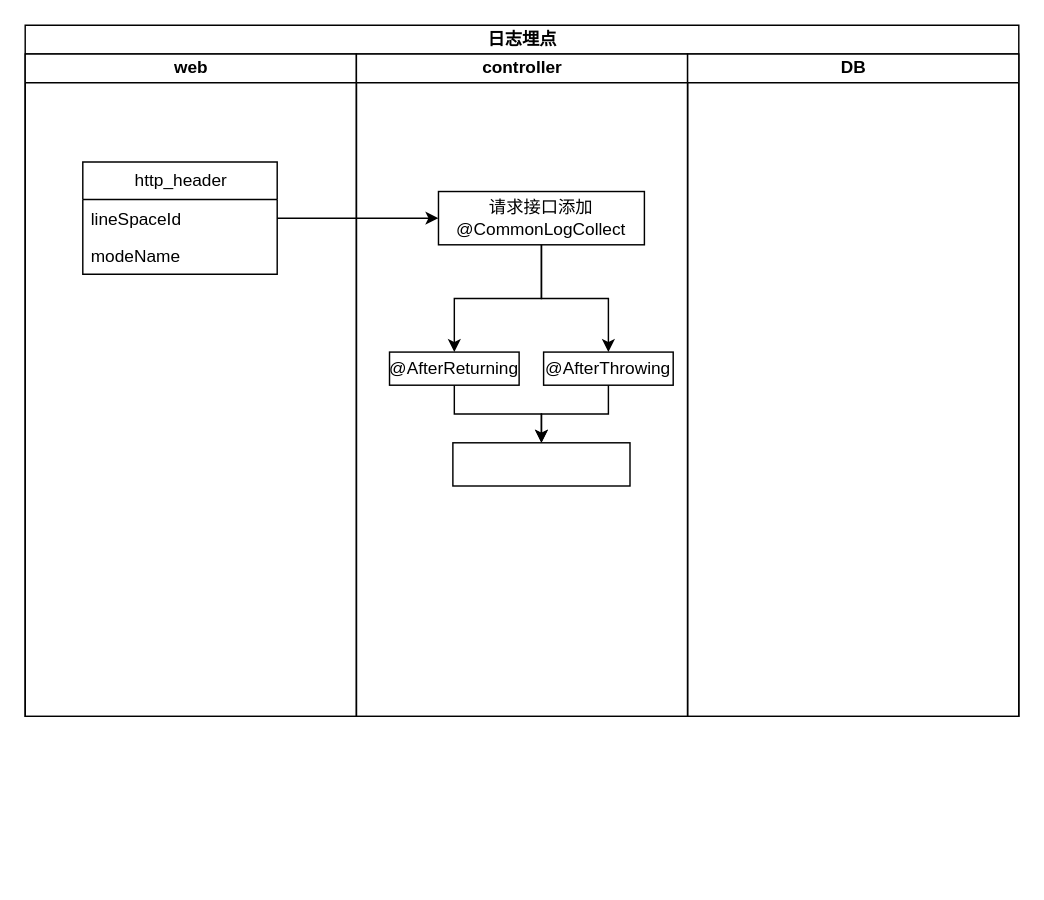
yanglei1992/documents keeps this draw.io diagram as yzs/IOT服务精简.drawio. Above is the earlier version. Source tidied: cells renumbered, new cells numbered last; positions are measured from the earlier drawing's top-left corner, leaving out a move shared by most shapes. Both pictures are drawn from the tidied source at 144%, with x=0, y=0 at pixel (24, 24).
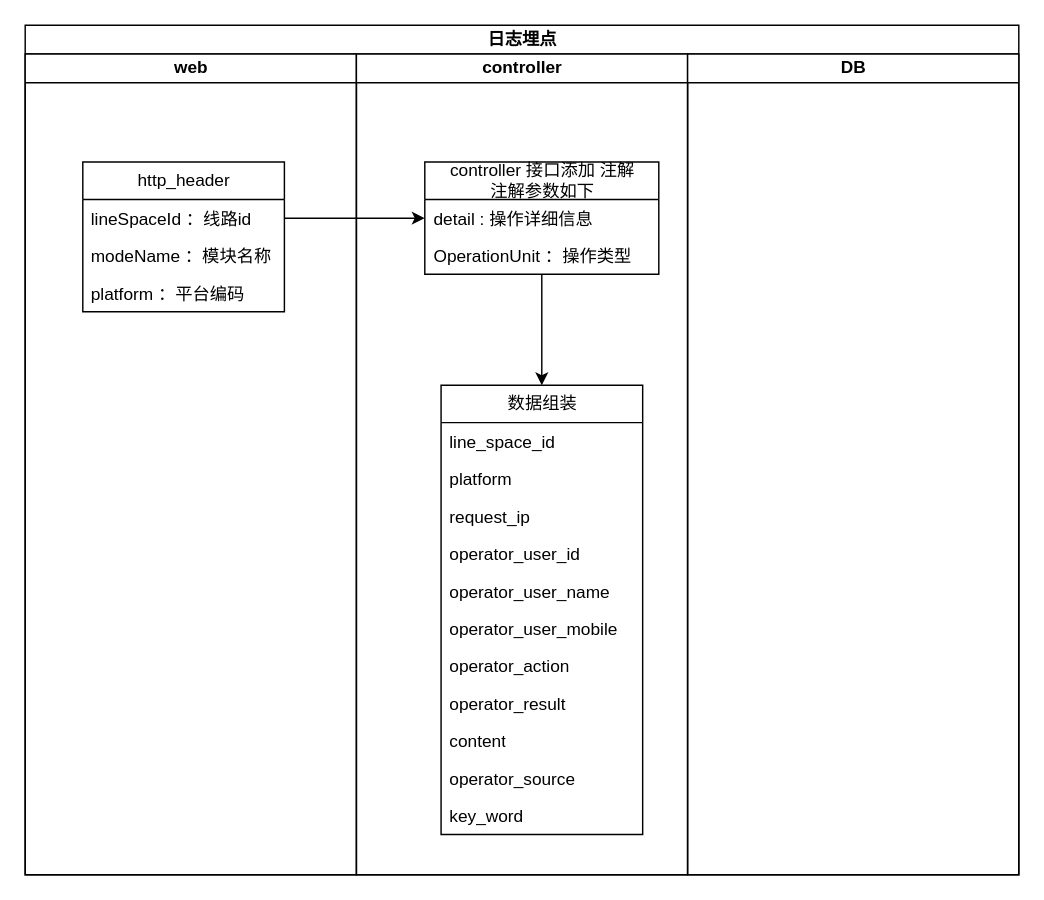
Above is the later version.

Commit message (it also covers changes not shown here):
更新IOT服务精简.drawio

Diff of the diagram source:
```diff
@@
     <mxCell id="2" value="日志埋点" style="swimlane;startSize=20;html=1;" parent="1" vertex="1">
-      <mxGeometry width="690" height="480" as="geometry" />
+      <mxGeometry width="690" height="590" as="geometry" />
     </mxCell>
     <mxCell id="3" value="web" style="swimlane;startSize=20;html=1;" parent="2" vertex="1">
-      <mxGeometry y="20" width="230" height="460" as="geometry" />
+      <mxGeometry y="20" width="230" height="570" as="geometry" />
     </mxCell>
     <mxCell id="4" value="http_header" style="swimlane;fontStyle=0;horizontal=1;startSize=26;fillColor=none;html=1;" parent="3" vertex="1">
-      <mxGeometry x="40" y="75" width="135" height="78" as="geometry" />
+      <mxGeometry x="40" y="75" width="140" height="104" as="geometry" />
     </mxCell>
-    <mxCell id="5" value="lineSpaceId" style="text;strokeColor=none;fillColor=none;align=left;verticalAlign=top;spacingLeft=4;spacingRight=4;overflow=hidden;points=[[0,0.5],[1,0.5]];portConstraint=eastwest;whiteSpace=wrap;html=1;" parent="4" vertex="1">
-      <mxGeometry y="26" width="135" height="26" as="geometry" />
+    <mxCell id="5" value="lineSpaceId ：线路id" style="text;strokeColor=none;fillColor=none;align=left;verticalAlign=top;spacingLeft=4;spacingRight=4;overflow=hidden;points=[[0,0.5],[1,0.5]];portConstraint=eastwest;whiteSpace=wrap;html=1;" parent="4" vertex="1">
+      <mxGeometry y="26" width="140" height="26" as="geometry" />
     </mxCell>
-    <mxCell id="6" value="modeName" style="text;strokeColor=none;fillColor=none;align=left;verticalAlign=top;spacingLeft=4;spacingRight=4;overflow=hidden;whiteSpace=wrap;html=1;" parent="4" vertex="1">
-      <mxGeometry y="52" width="135" height="26" as="geometry" />
+    <mxCell id="6" value="modeName ：模块名称" style="text;strokeColor=none;fillColor=none;align=left;verticalAlign=top;spacingLeft=4;spacingRight=4;overflow=hidden;whiteSpace=wrap;html=1;" parent="4" vertex="1">
+      <mxGeometry y="52" width="140" height="26" as="geometry" />
     </mxCell>
+    <mxCell id="18" value="platform ：平台编码" style="text;strokeColor=none;fillColor=none;align=left;verticalAlign=top;spacingLeft=4;spacingRight=4;overflow=hidden;whiteSpace=wrap;html=1;" parent="4" vertex="1">
+      <mxGeometry y="78" width="140" height="26" as="geometry" />
+    </mxCell>
     <mxCell id="7" value="controller" style="swimlane;startSize=20;html=1;" parent="2" vertex="1">
-      <mxGeometry x="230" y="20" width="230" height="460" as="geometry" />
+      <mxGeometry x="230" y="20" width="230" height="570" as="geometry" />
     </mxCell>
-    <mxCell id="8" style="edgeStyle=orthogonalEdgeStyle;rounded=0;jettySize=auto;html=1;exitX=0.5;exitY=1;exitDx=0;exitDy=0;entryX=0.5;entryY=0;entryDx=0;entryDy=0;" parent="7" edge="1" source="10" target="12">
-      <mxGeometry relative="1" as="geometry" />
-    </mxCell>
-    <mxCell id="9" style="edgeStyle=orthogonalEdgeStyle;rounded=0;jettySize=auto;html=1;exitX=0.5;exitY=1;exitDx=0;exitDy=0;" parent="7" edge="1" source="10" target="14">
-      <mxGeometry relative="1" as="geometry" />
-    </mxCell>
-    <mxCell id="10" value="请求接口添加&lt;br&gt;@CommonLogCollect" style="rounded=0;whiteSpace=wrap;html=1;" parent="7" vertex="1">
-      <mxGeometry x="57" y="95.5" width="143" height="37" as="geometry" />
-    </mxCell>
-    <mxCell id="11" style="edgeStyle=orthogonalEdgeStyle;rounded=0;jettySize=auto;html=1;exitX=0.5;exitY=1;exitDx=0;exitDy=0;entryX=0.5;entryY=0;entryDx=0;entryDy=0;" parent="7" edge="1" source="12" target="15">
-      <mxGeometry relative="1" as="geometry" />
-    </mxCell>
-    <mxCell id="12" value="@AfterReturning" style="rounded=0;whiteSpace=wrap;html=1;" parent="7" vertex="1">
-      <mxGeometry x="23" y="207" width="90" height="23" as="geometry" />
-    </mxCell>
-    <mxCell id="13" style="edgeStyle=orthogonalEdgeStyle;rounded=0;jettySize=auto;html=1;exitX=0.5;exitY=1;exitDx=0;exitDy=0;entryX=0.5;entryY=0;entryDx=0;entryDy=0;" parent="7" edge="1" source="14" target="15">
-      <mxGeometry relative="1" as="geometry" />
-    </mxCell>
-    <mxCell id="14" value="@AfterThrowing" style="rounded=0;whiteSpace=wrap;html=1;" parent="7" vertex="1">
-      <mxGeometry x="130" y="207" width="90" height="23" as="geometry" />
-    </mxCell>
-    <mxCell id="15" style="rounded=0;whiteSpace=wrap;html=1;" parent="7" vertex="1">
-      <mxGeometry x="67" y="270" width="123" height="30" as="geometry" />
-    </mxCell>
+    <mxCell id="19" style="edgeStyle=orthogonalEdgeStyle;rounded=0;jettySize=auto;html=1;exitX=0.5;exitY=1;exitDx=0;exitDy=0;" parent="7" edge="1" source="20" target="23">
+      <mxGeometry relative="1" as="geometry" />
+    </mxCell>
+    <mxCell id="20" value="controller 接口添加 注解&lt;br&gt;注解参数如下" style="swimlane;fontStyle=0;horizontal=1;startSize=26;fillColor=none;html=1;" parent="7" vertex="1">
+      <mxGeometry x="47.5" y="75" width="162.5" height="78" as="geometry" />
+    </mxCell>
+    <mxCell id="21" value="detail : 操作详细信息" style="text;strokeColor=none;fillColor=none;align=left;verticalAlign=top;spacingLeft=4;spacingRight=4;overflow=hidden;whiteSpace=wrap;html=1;" parent="20" vertex="1">
+      <mxGeometry y="26" width="162.5" height="26" as="geometry" />
+    </mxCell>
+    <mxCell id="22" value="OperationUnit ：操作类型" style="text;strokeColor=none;fillColor=none;align=left;verticalAlign=top;spacingLeft=4;spacingRight=4;overflow=hidden;whiteSpace=wrap;html=1;" parent="20" vertex="1">
+      <mxGeometry y="52" width="162.5" height="26" as="geometry" />
+    </mxCell>
+    <mxCell id="23" value="数据组装" style="swimlane;fontStyle=0;horizontal=1;startSize=26;fillColor=none;html=1;" parent="7" vertex="1">
+      <mxGeometry x="58.8" y="230" width="140" height="312" as="geometry" />
+    </mxCell>
+    <mxCell id="24" value="line_space_id" style="text;strokeColor=none;fillColor=none;align=left;verticalAlign=top;spacingLeft=4;spacingRight=4;overflow=hidden;whiteSpace=wrap;html=1;" parent="23" vertex="1">
+      <mxGeometry y="26" width="140" height="26" as="geometry" />
+    </mxCell>
+    <mxCell id="25" value="platform" style="text;strokeColor=none;fillColor=none;align=left;verticalAlign=top;spacingLeft=4;spacingRight=4;overflow=hidden;whiteSpace=wrap;html=1;" parent="23" vertex="1">
+      <mxGeometry y="52" width="140" height="26" as="geometry" />
+    </mxCell>
+    <mxCell id="26" value="request_ip" style="text;strokeColor=none;fillColor=none;align=left;verticalAlign=top;spacingLeft=4;spacingRight=4;overflow=hidden;whiteSpace=wrap;html=1;" parent="23" vertex="1">
+      <mxGeometry y="78" width="140" height="26" as="geometry" />
+    </mxCell>
+    <mxCell id="27" value="operator_user_id" style="text;strokeColor=none;fillColor=none;align=left;verticalAlign=top;spacingLeft=4;spacingRight=4;overflow=hidden;whiteSpace=wrap;html=1;" parent="23" vertex="1">
+      <mxGeometry y="104" width="140" height="26" as="geometry" />
+    </mxCell>
+    <mxCell id="28" value="operator_user_name" style="text;strokeColor=none;fillColor=none;align=left;verticalAlign=top;spacingLeft=4;spacingRight=4;overflow=hidden;whiteSpace=wrap;html=1;" parent="23" vertex="1">
+      <mxGeometry y="130" width="140" height="26" as="geometry" />
+    </mxCell>
+    <mxCell id="29" value="operator_user_mobile" style="text;strokeColor=none;fillColor=none;align=left;verticalAlign=top;spacingLeft=4;spacingRight=4;overflow=hidden;whiteSpace=wrap;html=1;" parent="23" vertex="1">
+      <mxGeometry y="156" width="140" height="26" as="geometry" />
+    </mxCell>
+    <mxCell id="30" value="operator_action" style="text;strokeColor=none;fillColor=none;align=left;verticalAlign=top;spacingLeft=4;spacingRight=4;overflow=hidden;whiteSpace=wrap;html=1;" parent="23" vertex="1">
+      <mxGeometry y="182" width="140" height="26" as="geometry" />
+    </mxCell>
+    <mxCell id="31" value="operator_result" style="text;strokeColor=none;fillColor=none;align=left;verticalAlign=top;spacingLeft=4;spacingRight=4;overflow=hidden;whiteSpace=wrap;html=1;" parent="23" vertex="1">
+      <mxGeometry y="208" width="140" height="26" as="geometry" />
+    </mxCell>
+    <mxCell id="32" value="content" style="text;strokeColor=none;fillColor=none;align=left;verticalAlign=top;spacingLeft=4;spacingRight=4;overflow=hidden;whiteSpace=wrap;html=1;" parent="23" vertex="1">
+      <mxGeometry y="234" width="140" height="26" as="geometry" />
+    </mxCell>
+    <mxCell id="33" value="operator_source" style="text;strokeColor=none;fillColor=none;align=left;verticalAlign=top;spacingLeft=4;spacingRight=4;overflow=hidden;whiteSpace=wrap;html=1;" parent="23" vertex="1">
+      <mxGeometry y="260" width="140" height="26" as="geometry" />
+    </mxCell>
+    <mxCell id="34" value="key_word" style="text;strokeColor=none;fillColor=none;align=left;verticalAlign=top;spacingLeft=4;spacingRight=4;overflow=hidden;whiteSpace=wrap;html=1;" parent="23" vertex="1">
+      <mxGeometry y="286" width="140" height="26" as="geometry" />
+    </mxCell>
     <mxCell id="16" value="DB" style="swimlane;startSize=20;html=1;" parent="2" vertex="1">
-      <mxGeometry x="460" y="20" width="230" height="460" as="geometry" />
+      <mxGeometry x="460" y="20" width="230" height="570" as="geometry" />
     </mxCell>
-    <mxCell id="17" style="edgeStyle=orthogonalEdgeStyle;rounded=0;jettySize=auto;html=1;exitX=1;exitY=0.5;exitDx=0;exitDy=0;entryX=0;entryY=0.5;entryDx=0;entryDy=0;" parent="2" edge="1" source="5" target="10">
-      <mxGeometry relative="1" as="geometry" />
+    <mxCell id="17" style="edgeStyle=orthogonalEdgeStyle;rounded=0;jettySize=auto;html=1;exitX=1;exitY=0.5;exitDx=0;exitDy=0;entryX=0;entryY=0.5;entryDx=0;entryDy=0;" parent="2" edge="1" source="5">
+      <mxGeometry relative="1" as="geometry">
+        <mxPoint x="277.5" y="134" as="targetPoint" />
+      </mxGeometry>
     </mxCell>
```
